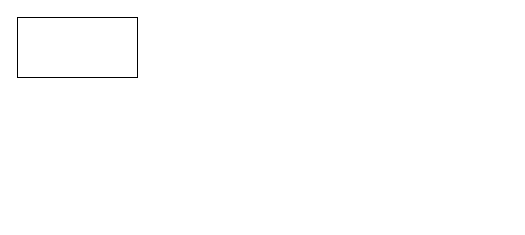
Earlier version of the draw.io diagram game.drawio (Vec9527/draw_io_file). Source tidied: cells renumbered, new cells numbered last; positions are measured from the earlier drawing's top-left corner, leaving out a move shared by most shapes. Both pictures are drawn from the tidied source at 100%, with x=0, y=0 at pixel (17, 17).
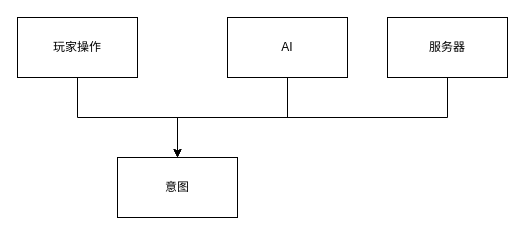
After the change.

Diff of the diagram source:
```diff
@@
 <mxGraphModel>
   <root>
     <mxCell id="0" />
     <mxCell id="1" parent="0" />
+    <mxCell id="3" style="edgeStyle=orthogonalEdgeStyle;rounded=0;jettySize=auto;html=1;exitX=0.5;exitY=1;exitDx=0;exitDy=0;" parent="1" edge="1" source="2" target="4">
+      <mxGeometry relative="1" as="geometry" />
+    </mxCell>
-    <mxCell id="2" style="rounded=0;whiteSpace=wrap;html=1;" parent="1" vertex="1">
+    <mxCell id="2" value="玩家操作" style="rounded=0;whiteSpace=wrap;html=1;" parent="1" vertex="1">
       <mxGeometry width="120" height="60" as="geometry" />
     </mxCell>
+    <mxCell id="4" value="意图" style="whiteSpace=wrap;html=1;" parent="1" vertex="1">
+      <mxGeometry x="100" y="140" width="120" height="60" as="geometry" />
+    </mxCell>
+    <mxCell id="5" style="edgeStyle=orthogonalEdgeStyle;rounded=0;jettySize=auto;html=1;entryX=0.5;entryY=0;entryDx=0;entryDy=0;" parent="1" edge="1" source="6" target="4">
+      <mxGeometry relative="1" as="geometry" />
+    </mxCell>
+    <mxCell id="6" value="AI" style="whiteSpace=wrap;html=1;" parent="1" vertex="1">
+      <mxGeometry x="210" width="120" height="60" as="geometry" />
+    </mxCell>
+    <mxCell id="7" style="edgeStyle=orthogonalEdgeStyle;rounded=0;jettySize=auto;html=1;exitX=0.5;exitY=1;exitDx=0;exitDy=0;entryX=0.5;entryY=0;entryDx=0;entryDy=0;" parent="1" edge="1" source="8" target="4">
+      <mxGeometry relative="1" as="geometry" />
+    </mxCell>
+    <mxCell id="8" value="服务器" style="whiteSpace=wrap;html=1;" parent="1" vertex="1">
+      <mxGeometry x="370" width="120" height="60" as="geometry" />
+    </mxCell>
   </root>
 </mxGraphModel>
```
